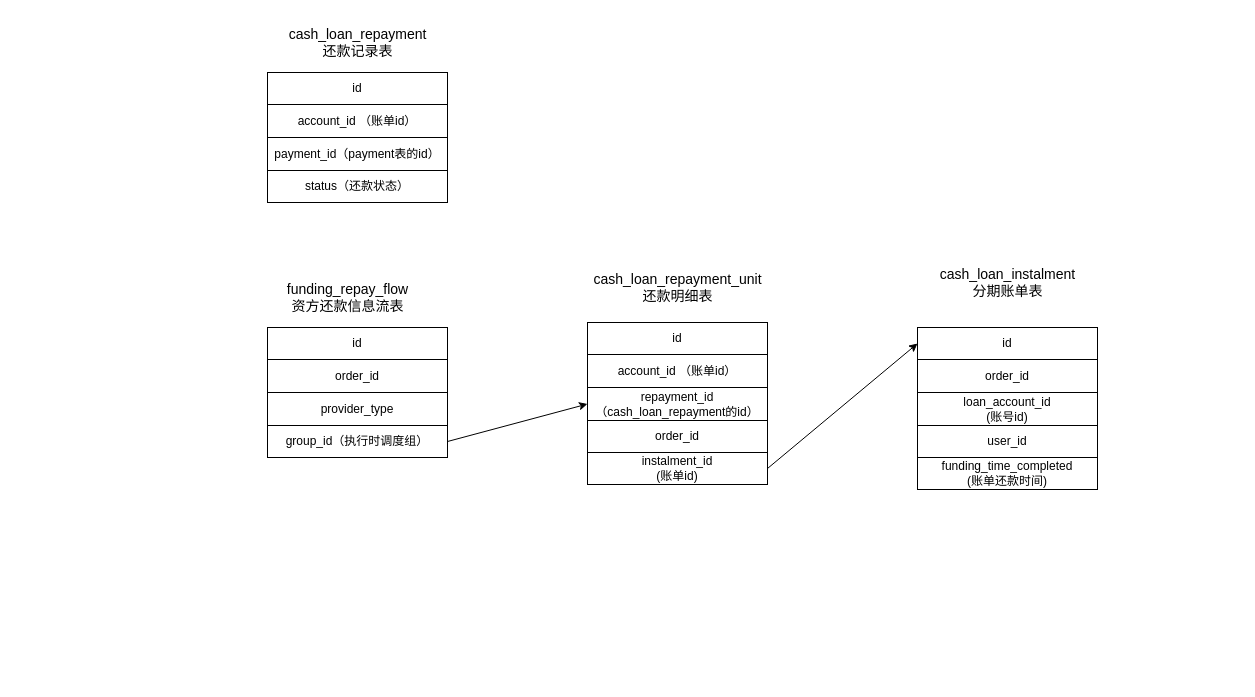
Before: page "表关系" (1 of 8) of yqg/业务梳理.drawio in erlieStar/diagrams, a draw.io diagram. Source tidied: cells renumbered, new cells numbered last; positions are measured from the earlier drawing's top-left corner, leaving out a move shared by most shapes. Both pictures are drawn from the tidied source at 100%, with x=0, y=0 at pixel (267, 17).
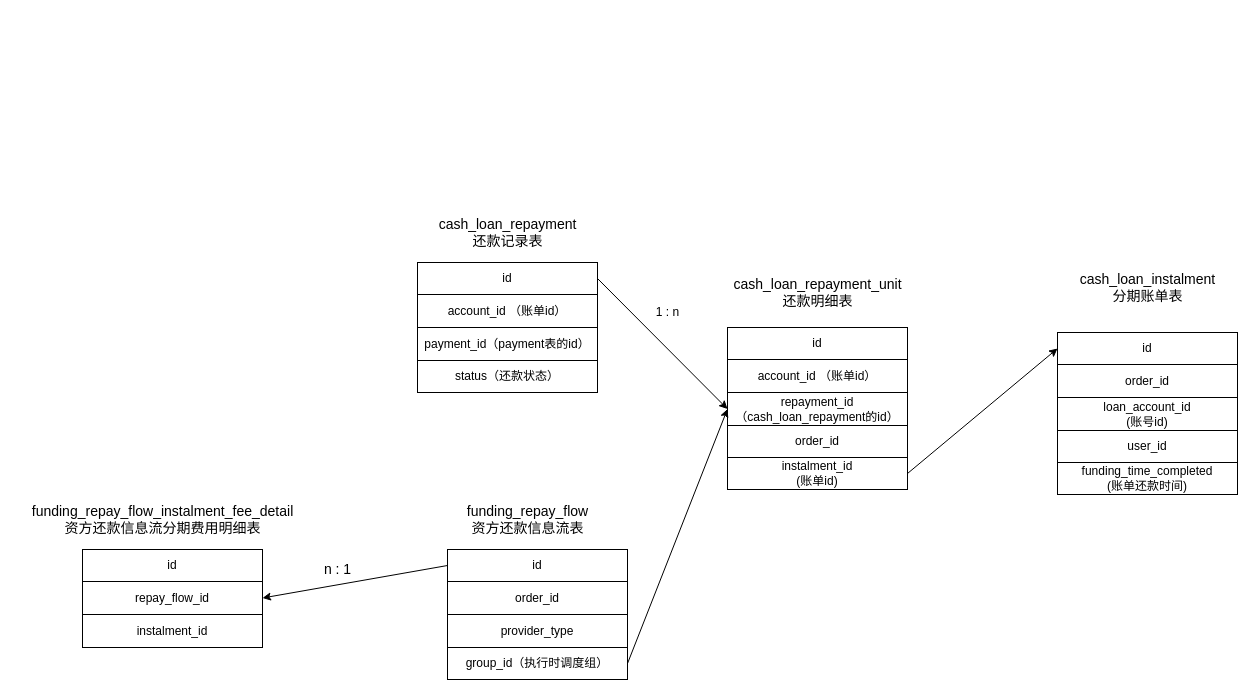
Above is the later version.

The change refers to these unchanged cells:
```xml
<mxCell id="3" style="shape=tableRow;horizontal=0;startSize=0;swimlaneHead=0;swimlaneBody=0;top=0;left=0;bottom=0;right=0;fontStyle=0;fillColor=none;strokeColor=inherit;" parent="2" vertex="1">
  <mxGeometry width="180" height="32" as="geometry" />
</mxCell>
<mxCell id="18" style="shape=tableRow;horizontal=0;startSize=0;swimlaneHead=0;swimlaneBody=0;top=0;left=0;bottom=0;right=0;fontStyle=0;fillColor=none;strokeColor=inherit;" parent="13" vertex="1">
  <mxGeometry y="65" width="180" height="33" as="geometry" />
</mxCell>
<mxCell id="40" style="shape=tableRow;horizontal=0;startSize=0;swimlaneHead=0;swimlaneBody=0;top=0;left=0;bottom=0;right=0;fontStyle=0;fillColor=none;strokeColor=inherit;" parent="39" vertex="1">
  <mxGeometry width="180" height="32" as="geometry" />
</mxCell>
```

What changed in the source:
```diff
@@
     <mxCell id="2" style="childLayout=tableLayout;shadow=0;fillColor=none;" parent="1" vertex="1">
-      <mxGeometry y="310" width="180" height="130" as="geometry" />
+      <mxGeometry x="180" y="532" width="180" height="130" as="geometry" />
     </mxCell>
@@
     <mxCell id="11" value="&lt;font style=&quot;font-size: 14px;&quot;&gt;funding_repay_flow&lt;br&gt;资方还款信息流表&lt;/font&gt;" style="text;html=1;align=center;verticalAlign=middle;strokeColor=none;fillColor=none;" parent="1" vertex="1">
-      <mxGeometry x="10" y="255" width="140" height="50" as="geometry" />
+      <mxGeometry x="190" y="477" width="140" height="50" as="geometry" />
     </mxCell>
     <mxCell id="12" value="cash_loan_repayment_unit&lt;br&gt;还款明细表" style="text;html=1;align=center;verticalAlign=middle;strokeColor=none;fillColor=none;fontSize=14;" parent="1" vertex="1">
-      <mxGeometry x="315" y="245" width="190" height="50" as="geometry" />
+      <mxGeometry x="455" y="250" width="190" height="50" as="geometry" />
     </mxCell>
     <mxCell id="13" style="childLayout=tableLayout;shadow=0;fillColor=none;" parent="1" vertex="1">
-      <mxGeometry x="320" y="305" width="180" height="162" as="geometry" />
+      <mxGeometry x="460" y="310" width="180" height="162" as="geometry" />
     </mxCell>
@@
     <mxCell id="25" value="cash_loan_instalment&lt;br&gt;分期账单表" style="text;html=1;align=center;verticalAlign=middle;strokeColor=none;fillColor=none;fontSize=14;" parent="1" vertex="1">
-      <mxGeometry x="660" y="240" width="160" height="50" as="geometry" />
+      <mxGeometry x="800" y="245" width="160" height="50" as="geometry" />
     </mxCell>
     <mxCell id="26" style="childLayout=tableLayout;shadow=0;fillColor=none;" parent="1" vertex="1">
-      <mxGeometry x="650" y="310" width="180" height="162" as="geometry" />
+      <mxGeometry x="790" y="315" width="180" height="162" as="geometry" />
     </mxCell>
@@
     <mxCell id="38" value="cash_loan_repayment&lt;br&gt;还款记录表" style="text;html=1;align=center;verticalAlign=middle;strokeColor=none;fillColor=none;fontSize=14;" parent="1" vertex="1">
-      <mxGeometry x="10" width="160" height="50" as="geometry" />
+      <mxGeometry x="160" y="190" width="160" height="50" as="geometry" />
     </mxCell>
     <mxCell id="39" style="childLayout=tableLayout;shadow=0;fillColor=none;" parent="1" vertex="1">
-      <mxGeometry y="55" width="180" height="130" as="geometry" />
+      <mxGeometry x="150" y="245" width="180" height="130" as="geometry" />
     </mxCell>
@@
+    <mxCell id="48" style="childLayout=tableLayout;shadow=0;fillColor=none;" parent="1" vertex="1">
+      <mxGeometry x="-185" y="532" width="180" height="98" as="geometry" />
+    </mxCell>
+    <mxCell id="49" style="shape=tableRow;horizontal=0;startSize=0;swimlaneHead=0;swimlaneBody=0;top=0;left=0;bottom=0;right=0;fontStyle=0;fillColor=none;strokeColor=inherit;" parent="48" vertex="1">
+      <mxGeometry width="180" height="32" as="geometry" />
+    </mxCell>
+    <mxCell id="50" value="id" style="strokeColor=inherit;fillColor=none;align=center;whiteSpace=wrap;html=1;" parent="49" vertex="1">
+      <mxGeometry width="180" height="32" as="geometry" />
+    </mxCell>
+    <mxCell id="51" style="shape=tableRow;horizontal=0;startSize=0;swimlaneHead=0;swimlaneBody=0;top=0;left=0;bottom=0;right=0;fontStyle=0;fillColor=none;strokeColor=inherit;" parent="48" vertex="1">
+      <mxGeometry y="32" width="180" height="33" as="geometry" />
+    </mxCell>
+    <mxCell id="52" value="repay_flow_id" style="strokeColor=inherit;fillColor=none;align=center;whiteSpace=wrap;html=1;" parent="51" vertex="1">
+      <mxGeometry width="180" height="33" as="geometry" />
+    </mxCell>
+    <mxCell id="53" style="shape=tableRow;horizontal=0;startSize=0;swimlaneHead=0;swimlaneBody=0;top=0;left=0;bottom=0;right=0;fontStyle=0;fillColor=none;strokeColor=inherit;" parent="48" vertex="1">
+      <mxGeometry y="65" width="180" height="33" as="geometry" />
+    </mxCell>
+    <mxCell id="54" value="instalment_id" style="strokeColor=inherit;fillColor=none;align=center;whiteSpace=wrap;html=1;" parent="53" vertex="1">
+      <mxGeometry width="180" height="33" as="geometry" />
+    </mxCell>
+    <mxCell id="55" value="&lt;font style=&quot;&quot;&gt;&lt;font style=&quot;font-size: 14px;&quot;&gt;funding_repay_flow_instalment_fee_detail&lt;br&gt;资方还款信息流分期费用明细表&lt;/font&gt;&lt;br&gt;&lt;/font&gt;" style="text;html=1;align=center;verticalAlign=middle;strokeColor=none;fillColor=none;" parent="1" vertex="1">
+      <mxGeometry x="-250" y="477" width="290" height="50" as="geometry" />
+    </mxCell>
+    <mxCell id="56" style="edgeStyle=none;rounded=0;jettySize=auto;html=1;exitX=0;exitY=0.5;exitDx=0;exitDy=0;entryX=1;entryY=0.5;entryDx=0;entryDy=0;fontSize=14;" parent="1" edge="1" source="3" target="51">
+      <mxGeometry relative="1" as="geometry" />
+    </mxCell>
+    <mxCell id="57" value="n : 1" style="text;html=1;align=center;verticalAlign=middle;strokeColor=none;fillColor=none;fontSize=14;" parent="1" vertex="1">
+      <mxGeometry x="45" y="537" width="50" height="30" as="geometry" />
+    </mxCell>
+    <mxCell id="58" style="edgeStyle=none;rounded=0;jettySize=auto;html=1;exitX=1;exitY=0.5;exitDx=0;exitDy=0;entryX=0;entryY=0.5;entryDx=0;entryDy=0;" parent="1" edge="1" source="40" target="18">
+      <mxGeometry relative="1" as="geometry" />
+    </mxCell>
+    <mxCell id="59" value="1 : n" style="text;html=1;align=center;verticalAlign=middle;strokeColor=none;fillColor=none;" parent="1" vertex="1">
+      <mxGeometry x="375" y="280" width="50" height="30" as="geometry" />
+    </mxCell>
```
